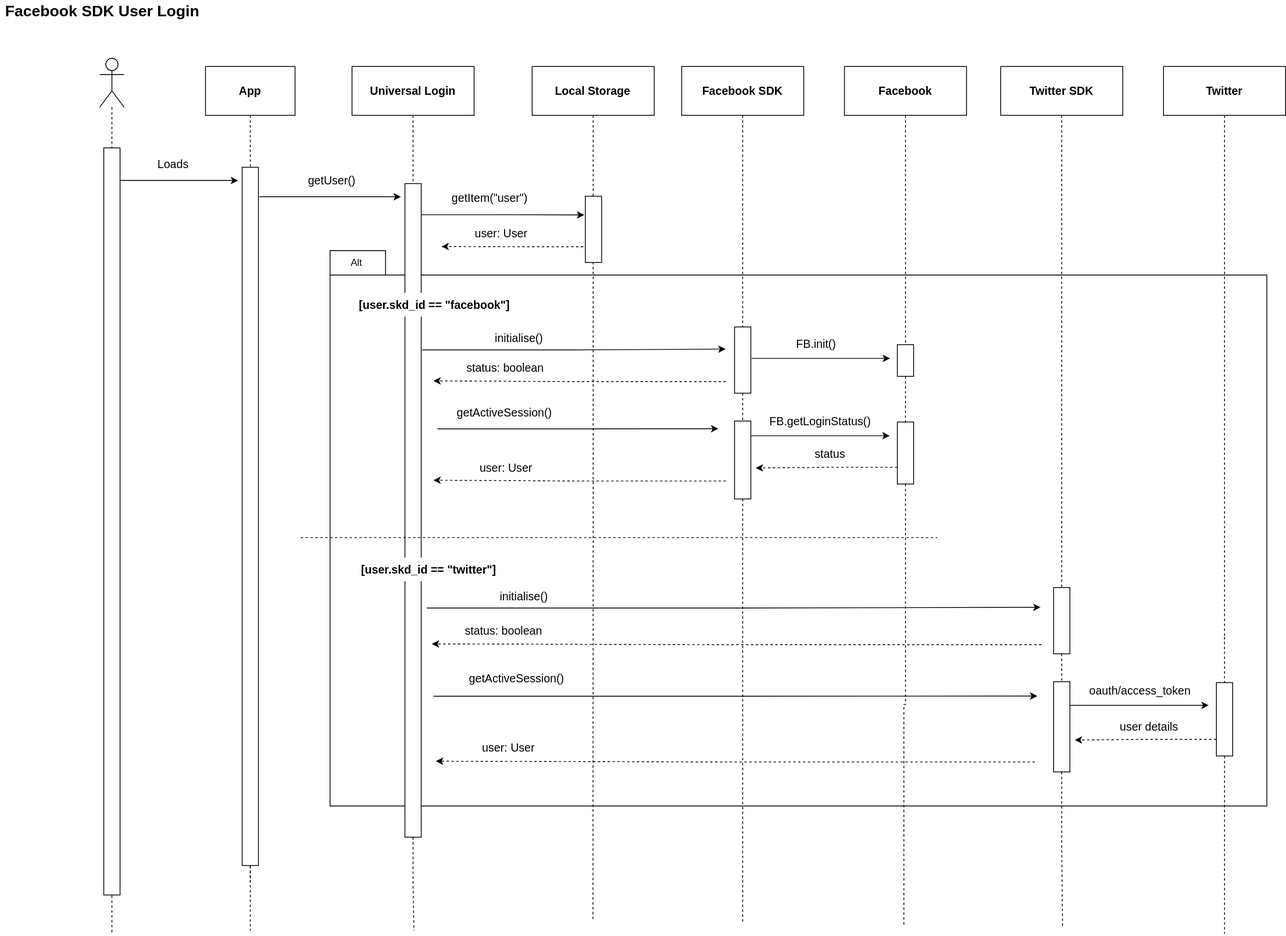
This is UML Sequence Diagrams/UML Sequence Diagram - Social Login Universal.svg from treeindev/uml-diagrams, a draw.io export, as it was before one commit. Source tidied: cells renumbered, new cells last; positions are measured from the earlier drawing's top-left corner, leaving out a move shared by most shapes.
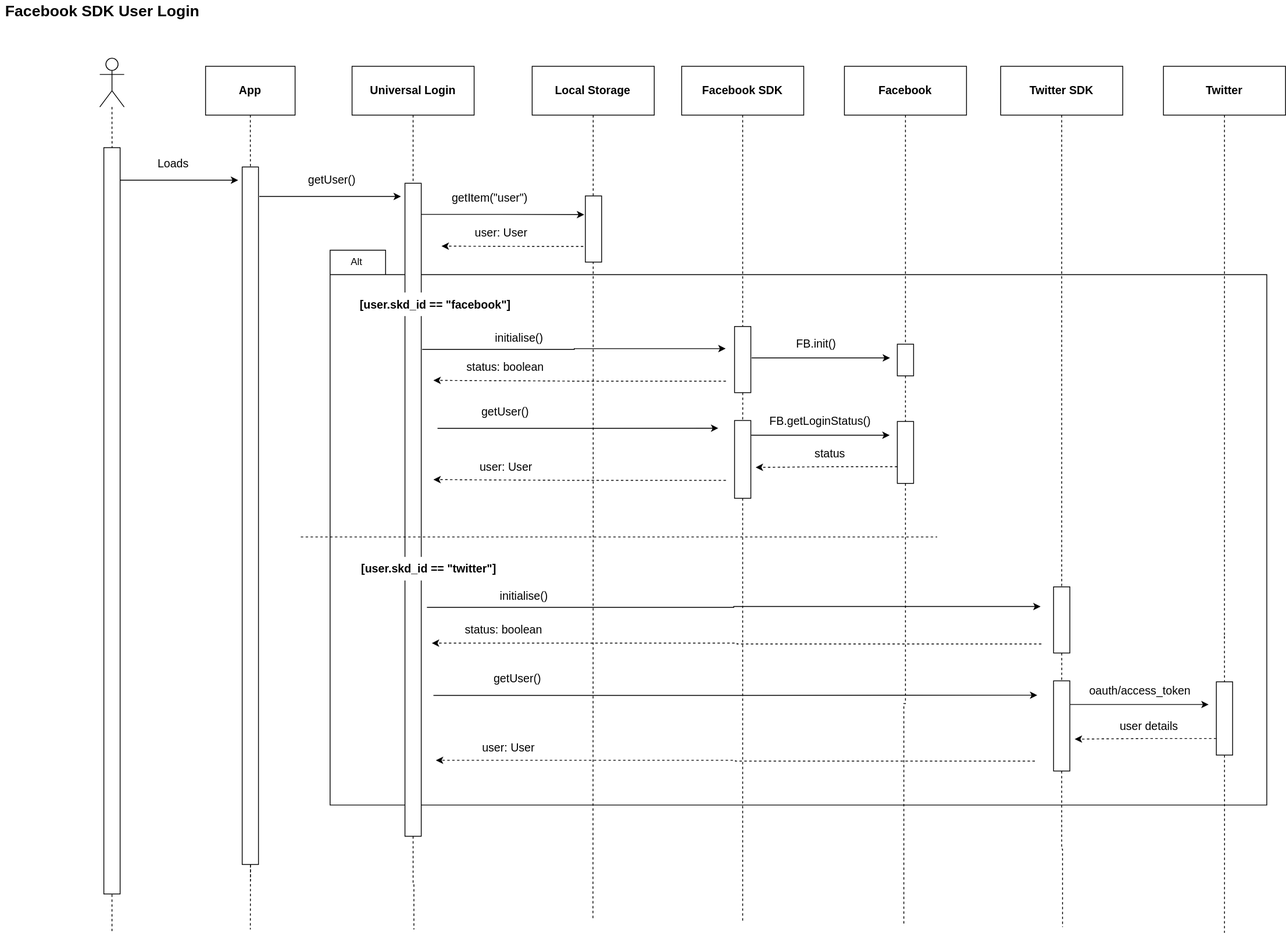
After the commit.

What changed in the source:
```diff
@@ -202,8 +202,8 @@
         <mxPoint x="1204" y="525.8" as="targetPoint" />
       </mxGeometry>
     </mxCell>
-    <mxCell id="53" value="getActiveSession()" style="text;html=1;align=center;verticalAlign=middle;strokeColor=none;fillColor=none;fontSize=14;" parent="1" vertex="1">
-      <mxGeometry x="876" y="495.8" width="130" height="20" as="geometry" />
+    <mxCell id="53" value="getUser()" style="text;html=1;align=center;verticalAlign=middle;strokeColor=none;fillColor=none;fontSize=14;" parent="1" vertex="1">
+      <mxGeometry x="908" y="495.8" width="68" height="21" as="geometry" />
     </mxCell>
     <mxCell id="54" style="edgeStyle=elbowEdgeStyle;elbow=horizontal;endArrow=classic;html=1;rounded=0;fontSize=14;dashed=1;" parent="1" edge="1">
       <mxGeometry relative="1" as="geometry">
@@ -312,8 +312,8 @@
         <mxPoint x="1596" y="854" as="targetPoint" />
       </mxGeometry>
     </mxCell>
-    <mxCell id="80" value="getActiveSession()" style="text;html=1;align=center;verticalAlign=middle;strokeColor=none;fillColor=none;fontSize=14;" parent="1" vertex="1">
-      <mxGeometry x="891" y="823" width="130" height="20" as="geometry" />
+    <mxCell id="80" value="getUser()" style="text;html=1;align=center;verticalAlign=middle;strokeColor=none;fillColor=none;fontSize=14;" parent="1" vertex="1">
+      <mxGeometry x="923" y="823" width="68" height="21" as="geometry" />
     </mxCell>
     <mxCell id="81" style="edgeStyle=elbowEdgeStyle;elbow=horizontal;endArrow=classic;html=1;rounded=0;fontSize=14;dashed=1;" parent="1" edge="1">
       <mxGeometry relative="1" as="geometry">
```
